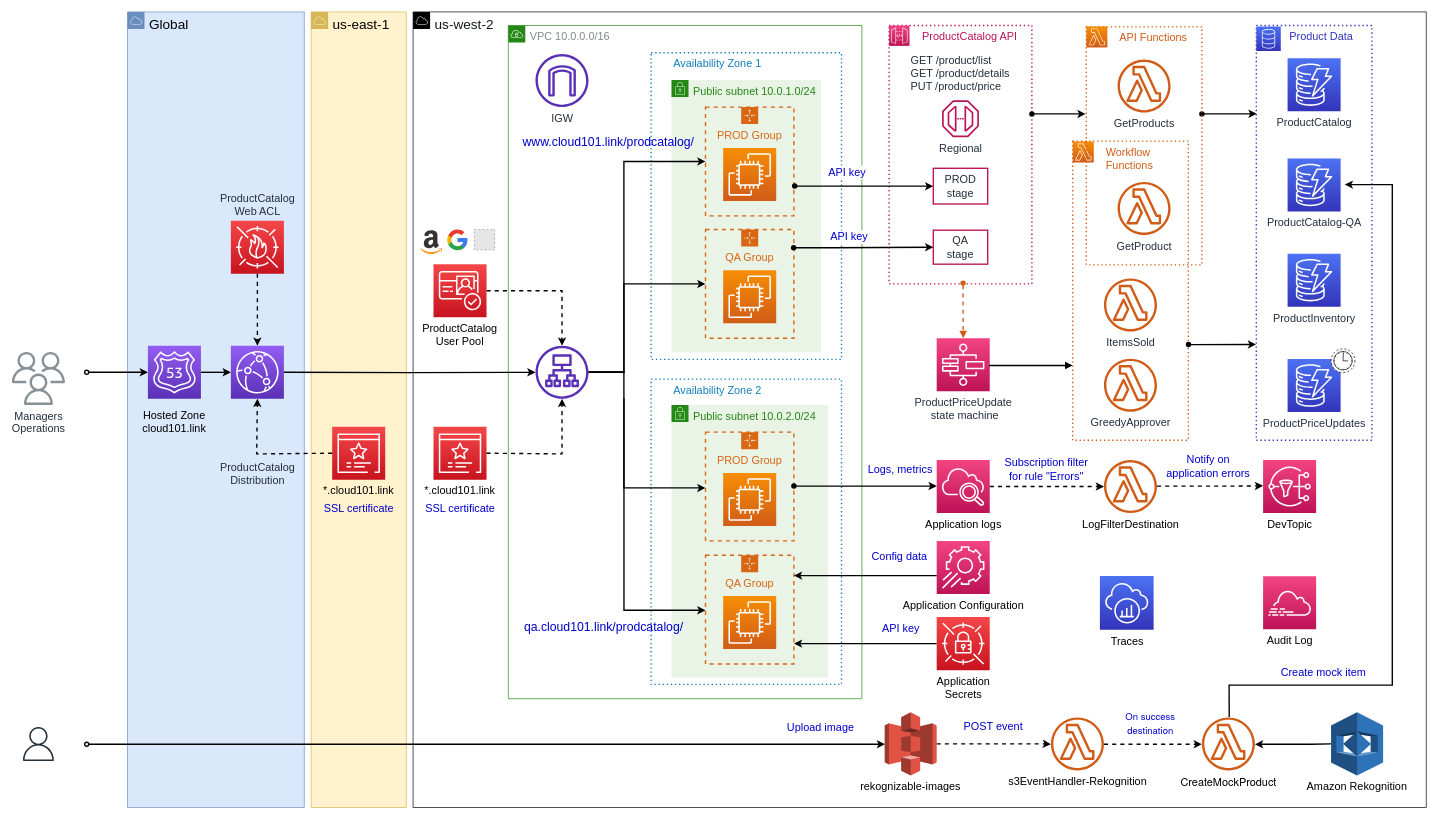
The draw.io diagram diagrams/ProductCatalogArch.drawio in realokun/aws, before the edit. Source tidied: cells renumbered, new cells numbered last; positions are measured from the earlier drawing's top-left corner, leaving out a move shared by most shapes. Both pictures are drawn from the tidied source at 68%, with x=0, y=0 at pixel (12, 12). Pictures stored in the file or linked from it are replaced by grey dashed boxes.
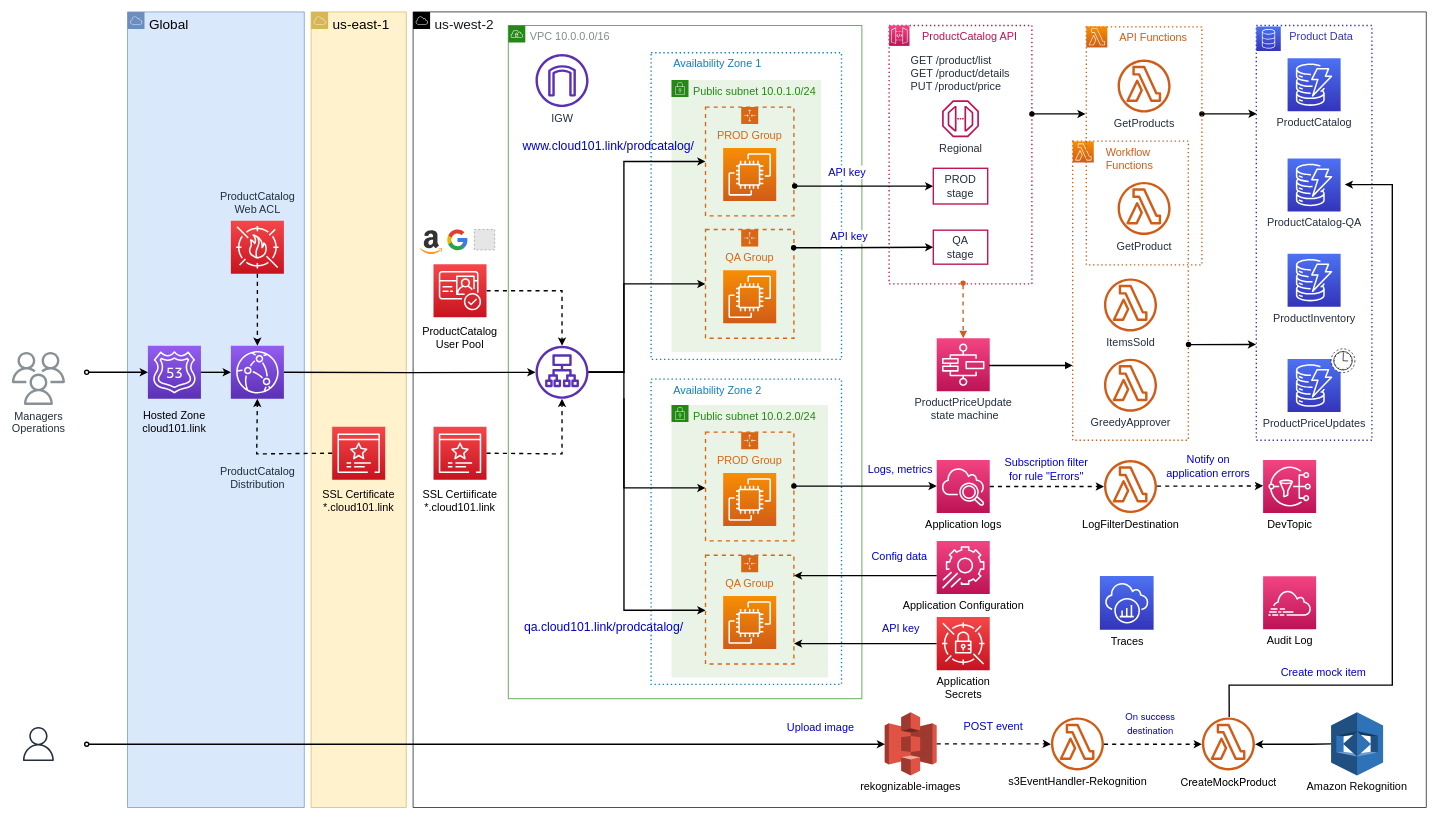
The same diagram, later.

The change refers to these unchanged cells:
```xml
<mxCell id="20" style="edgeStyle=orthogonalEdgeStyle;rounded=0;jettySize=auto;html=1;fontSize=16;fontColor=#232F3E;strokeColor=#000000;strokeWidth=2;entryX=0;entryY=0.5;entryDx=0;entryDy=0;align=center;fontStyle=0;endArrow=classic;endFill=1;" parent="1" edge="1" source="95" target="11">
  <mxGeometry relative="1" as="geometry">
    <Array as="points">
      <mxPoint x="900" y="530" />
      <mxPoint x="900" y="220" />
    </Array>
  </mxGeometry>
</mxCell>
```

The edit, as a diff of the source:
```diff
@@
     <mxCell id="21" value="www.cloud101.link/prodcatalog/" style="edgeLabel;align=center;verticalAlign=middle;fontSize=18;fontColor=#0000CC;labelBackgroundColor=none;" parent="20" vertex="1">
       <mxGeometry x="0.05" y="1" relative="1" as="geometry">
-        <mxPoint x="-22" y="-140" as="offset" />
+        <mxPoint x="-22" y="-134" as="offset" />
       </mxGeometry>
     </mxCell>
@@
-    <mxCell id="34" value="*.cloud101.link" style="points=[[0,0,0],[0.25,0,0],[0.5,0,0],[0.75,0,0],[1,0,0],[0,1,0],[0.25,1,0],[0.5,1,0],[0.75,1,0],[1,1,0],[0,0.25,0],[0,0.5,0],[0,0.75,0],[1,0.25,0],[1,0.5,0],[1,0.75,0]];outlineConnect=0;gradientColor=#F54749;gradientDirection=north;fillColor=#C7131F;strokeColor=#ffffff;dashed=0;verticalLabelPosition=bottom;verticalAlign=top;align=center;fontSize=16;fontStyle=0;shape=mxgraph.aws4.resourceIcon;resIcon=mxgraph.aws4.certificate_manager_3;rounded=1;shadow=0;" parent="1" vertex="1">
+    <mxCell id="34" value="SSL Certiificate&#10;*.cloud101.link" style="points=[[0,0,0],[0.25,0,0],[0.5,0,0],[0.75,0,0],[1,0,0],[0,1,0],[0.25,1,0],[0.5,1,0],[0.75,1,0],[1,1,0],[0,0.25,0],[0,0.5,0],[0,0.75,0],[1,0.25,0],[1,0.5,0],[1,0.75,0]];outlineConnect=0;gradientColor=#F54749;gradientDirection=north;fillColor=#C7131F;strokeColor=#ffffff;dashed=0;verticalLabelPosition=bottom;verticalAlign=top;align=center;fontSize=16;fontStyle=0;shape=mxgraph.aws4.resourceIcon;resIcon=mxgraph.aws4.certificate_manager_3;rounded=1;shadow=0;spacingTop=5;" parent="1" vertex="1">
       <mxGeometry x="620" y="610" width="78" height="78" as="geometry" />
     </mxCell>
@@
-    <mxCell id="37" value="ProductCatalog&#10;User Pool" style="points=[[0,0,0],[0.25,0,0],[0.5,0,0],[0.75,0,0],[1,0,0],[0,1,0],[0.25,1,0],[0.5,1,0],[0.75,1,0],[1,1,0],[0,0.25,0],[0,0.5,0],[0,0.75,0],[1,0.25,0],[1,0.5,0],[1,0.75,0]];outlineConnect=0;gradientColor=#F54749;gradientDirection=north;fillColor=#C7131F;strokeColor=#ffffff;dashed=0;verticalLabelPosition=bottom;verticalAlign=top;align=center;fontSize=16;fontStyle=0;shape=mxgraph.aws4.resourceIcon;resIcon=mxgraph.aws4.cognito;rounded=0;shadow=0;dashPattern=1 2;" parent="1" vertex="1">
+    <mxCell id="37" value="ProductCatalog&#10;User Pool" style="points=[[0,0,0],[0.25,0,0],[0.5,0,0],[0.75,0,0],[1,0,0],[0,1,0],[0.25,1,0],[0.5,1,0],[0.75,1,0],[1,1,0],[0,0.25,0],[0,0.5,0],[0,0.75,0],[1,0.25,0],[1,0.5,0],[1,0.75,0]];outlineConnect=0;gradientColor=#F54749;gradientDirection=north;fillColor=#C7131F;strokeColor=#ffffff;dashed=0;verticalLabelPosition=bottom;verticalAlign=top;align=center;fontSize=16;fontStyle=0;shape=mxgraph.aws4.resourceIcon;resIcon=mxgraph.aws4.cognito;rounded=0;shadow=0;dashPattern=1 2;spacingTop=5;" parent="1" vertex="1">
       <mxGeometry x="620" y="371" width="78" height="78" as="geometry" />
     </mxCell>
@@
-    <mxCell id="42" value="SSL certificate" style="edgeLabel;align=center;verticalAlign=middle;fontSize=16;fontColor=#0000CC;" parent="1" vertex="1">
-      <mxGeometry x="659" y="729" as="geometry" />
-    </mxCell>
@@
-    <mxCell id="97" value="*.cloud101.link" style="points=[[0,0,0],[0.25,0,0],[0.5,0,0],[0.75,0,0],[1,0,0],[0,1,0],[0.25,1,0],[0.5,1,0],[0.75,1,0],[1,1,0],[0,0.25,0],[0,0.5,0],[0,0.75,0],[1,0.25,0],[1,0.5,0],[1,0.75,0]];outlineConnect=0;gradientColor=#F54749;gradientDirection=north;fillColor=#C7131F;strokeColor=#ffffff;dashed=0;verticalLabelPosition=bottom;verticalAlign=top;align=center;fontSize=16;fontStyle=0;shape=mxgraph.aws4.resourceIcon;resIcon=mxgraph.aws4.certificate_manager_3;rounded=1;shadow=0;" parent="1" vertex="1">
+    <mxCell id="97" value="SSL Certificate&#10;*.cloud101.link" style="points=[[0,0,0],[0.25,0,0],[0.5,0,0],[0.75,0,0],[1,0,0],[0,1,0],[0.25,1,0],[0.5,1,0],[0.75,1,0],[1,1,0],[0,0.25,0],[0,0.5,0],[0,0.75,0],[1,0.25,0],[1,0.5,0],[1,0.75,0]];outlineConnect=0;gradientColor=#F54749;gradientDirection=north;fillColor=#C7131F;strokeColor=#ffffff;dashed=0;verticalLabelPosition=bottom;verticalAlign=top;align=center;fontSize=16;fontStyle=0;shape=mxgraph.aws4.resourceIcon;resIcon=mxgraph.aws4.certificate_manager_3;rounded=1;shadow=0;spacingTop=5;" parent="1" vertex="1">
       <mxGeometry x="471" y="610" width="78" height="78" as="geometry" />
     </mxCell>
-    <mxCell id="98" value="SSL certificate" style="edgeLabel;align=center;verticalAlign=middle;fontSize=16;fontColor=#0000CC;labelBackgroundColor=none;" parent="1" vertex="1">
-      <mxGeometry x="510" y="729" as="geometry" />
-    </mxCell>
-    <mxCell id="99" value="&lt;div&gt;ProductCatalog&lt;/div&gt;&lt;div&gt;Web ACL&lt;/div&gt;" style="sketch=0;points=[[0,0,0],[0.25,0,0],[0.5,0,0],[0.75,0,0],[1,0,0],[0,1,0],[0.25,1,0],[0.5,1,0],[0.75,1,0],[1,1,0],[0,0.25,0],[0,0.5,0],[0,0.75,0],[1,0.25,0],[1,0.5,0],[1,0.75,0]];outlineConnect=0;fontColor=#232F3E;gradientColor=#F54749;gradientDirection=north;fillColor=#C7131F;strokeColor=#ffffff;dashed=0;verticalLabelPosition=bottom;verticalAlign=top;align=center;html=1;fontSize=16;fontStyle=0;shape=mxgraph.aws4.resourceIcon;resIcon=mxgraph.aws4.waf;labelBackgroundColor=none;spacingTop=-127;" parent="1" vertex="1">
+    <mxCell id="99" value="&lt;div&gt;ProductCatalog&lt;/div&gt;&lt;div&gt;Web ACL&lt;/div&gt;" style="sketch=0;points=[[0,0,0],[0.25,0,0],[0.5,0,0],[0.75,0,0],[1,0,0],[0,1,0],[0.25,1,0],[0.5,1,0],[0.75,1,0],[1,1,0],[0,0.25,0],[0,0.5,0],[0,0.75,0],[1,0.25,0],[1,0.5,0],[1,0.75,0]];outlineConnect=0;fontColor=#232F3E;gradientColor=#F54749;gradientDirection=north;fillColor=#C7131F;strokeColor=#ffffff;dashed=0;verticalLabelPosition=bottom;verticalAlign=top;align=center;html=1;fontSize=16;fontStyle=0;shape=mxgraph.aws4.resourceIcon;resIcon=mxgraph.aws4.waf;labelBackgroundColor=none;spacingTop=-130;" parent="1" vertex="1">
       <mxGeometry x="322" y="307" width="78" height="78" as="geometry" />
     </mxCell>
-    <mxCell id="100" value="&lt;div style=&quot;font-size: 16px;&quot;&gt;&lt;font style=&quot;font-size: 16px;&quot;&gt;ProductCatalog&lt;/font&gt;&lt;/div&gt;&lt;div style=&quot;font-size: 16px;&quot;&gt;&lt;font style=&quot;font-size: 16px;&quot;&gt;Distribution&lt;br&gt;&lt;/font&gt;&lt;/div&gt;" style="sketch=0;points=[[0,0,0],[0.25,0,0],[0.5,0,0],[0.75,0,0],[1,0,0],[0,1,0],[0.25,1,0],[0.5,1,0],[0.75,1,0],[1,1,0],[0,0.25,0],[0,0.5,0],[0,0.75,0],[1,0.25,0],[1,0.5,0],[1,0.75,0]];outlineConnect=0;fontColor=#232F3E;gradientColor=#945DF2;gradientDirection=north;fillColor=#5A30B5;strokeColor=#ffffff;dashed=0;verticalLabelPosition=bottom;verticalAlign=top;align=center;html=1;fontSize=12;fontStyle=0;shape=mxgraph.aws4.resourceIcon;resIcon=mxgraph.aws4.cloudfront;strokeWidth=1;fontFamily=Helvetica;spacingTop=85;labelBackgroundColor=none;" parent="1" vertex="1">
+    <mxCell id="100" value="&lt;div style=&quot;font-size: 16px;&quot;&gt;&lt;font style=&quot;font-size: 16px;&quot;&gt;ProductCatalog&lt;/font&gt;&lt;/div&gt;&lt;div style=&quot;font-size: 16px;&quot;&gt;&lt;font style=&quot;font-size: 16px;&quot;&gt;Distribution&lt;br&gt;&lt;/font&gt;&lt;/div&gt;" style="sketch=0;points=[[0,0,0],[0.25,0,0],[0.5,0,0],[0.75,0,0],[1,0,0],[0,1,0],[0.25,1,0],[0.5,1,0],[0.75,1,0],[1,1,0],[0,0.25,0],[0,0.5,0],[0,0.75,0],[1,0.25,0],[1,0.5,0],[1,0.75,0]];outlineConnect=0;fontColor=#232F3E;gradientColor=#945DF2;gradientDirection=north;fillColor=#5A30B5;strokeColor=#ffffff;dashed=0;verticalLabelPosition=bottom;verticalAlign=top;align=center;html=1;fontSize=12;fontStyle=0;shape=mxgraph.aws4.resourceIcon;resIcon=mxgraph.aws4.cloudfront;strokeWidth=1;fontFamily=Helvetica;spacingTop=90;labelBackgroundColor=none;" parent="1" vertex="1">
       <mxGeometry x="322" y="491" width="78" height="78" as="geometry" />
     </mxCell>
```
